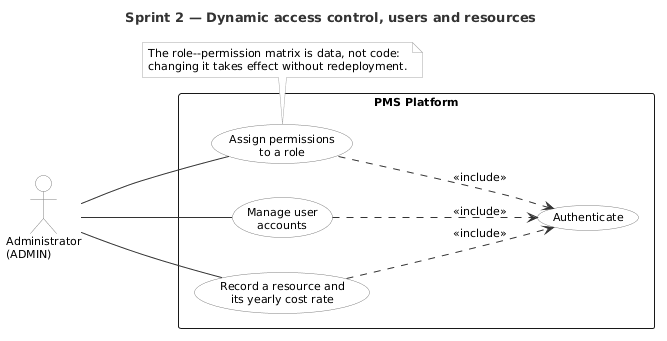
Before: docs/uml/sprint/uc_sprint2.png, a diagram exported from PlantUML (mazenrakrouki/tekup-pms-platform).
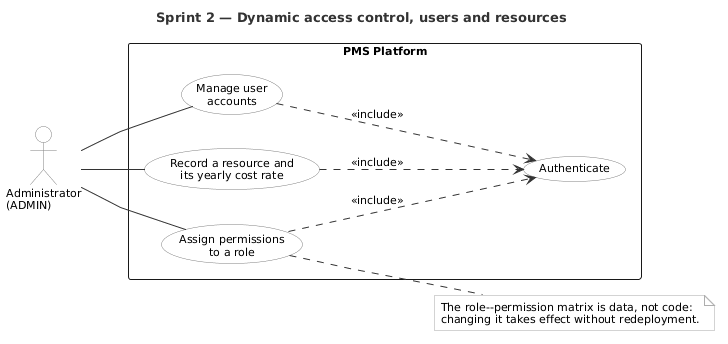
After the commit.

Diff of the diagram source:
```diff
@@ -2,6 +2,8 @@
 title Sprint 2 — Dynamic access control, users and resources
 
 left to right direction
+
+skinparam linetype polyline
 
 skinparam shadowing false
 skinparam packageStyle rectangle
@@ -33,7 +35,7 @@
 UC2 ..> UC0 : <<include>>
 UC3 ..> UC0 : <<include>>
 
-note bottom of UC1
+note right of UC1
   The role--permission matrix is data, not code:
   changing it takes effect without redeployment.
 end note
```
